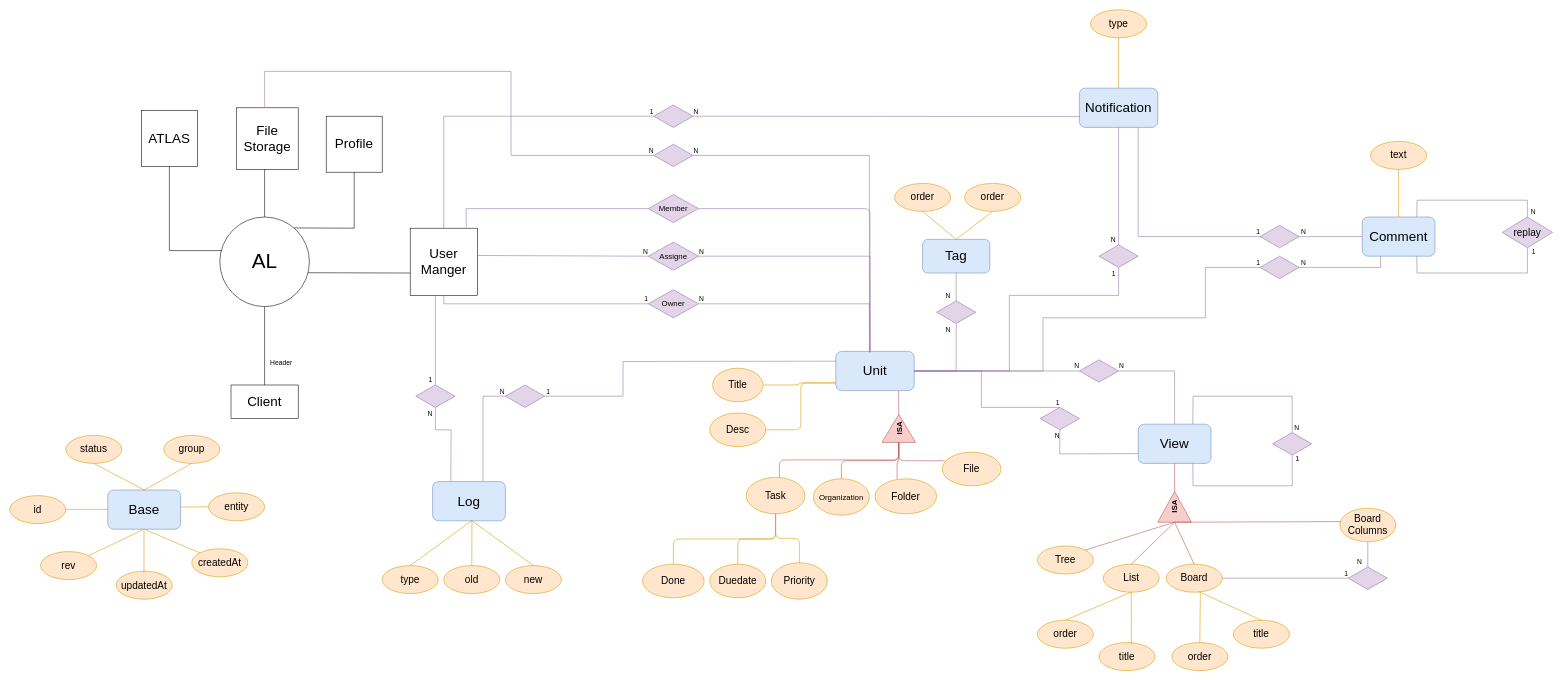
Above: Untitled Diagram.drawio in Straider71/test (draw.io), before the change. Source tidied: cells renumbered, new cells numbered last; positions are measured from the earlier drawing's top-left corner, leaving out a move shared by most shapes. Both pictures are drawn from the tidied source at 56%, with x=0, y=0 at pixel (10, 10).
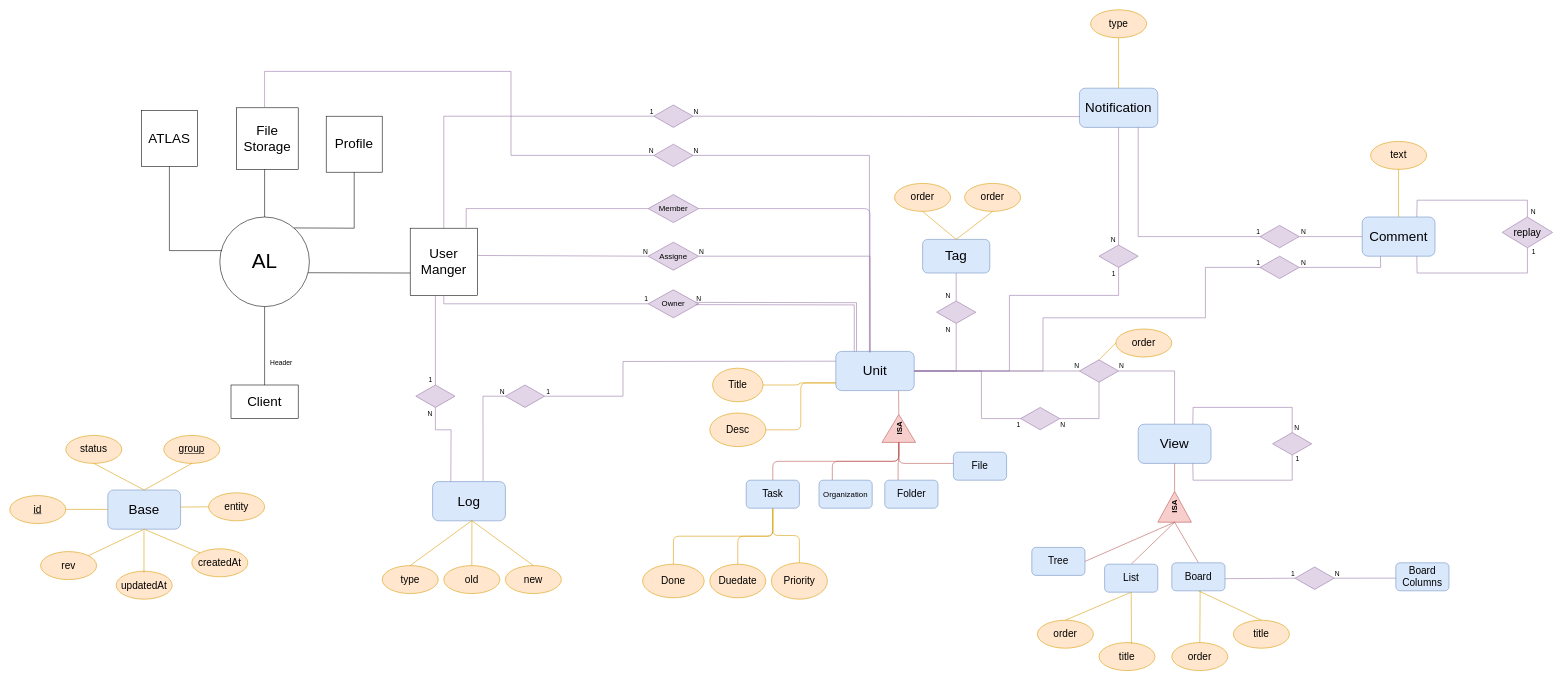
Above is the later version.

Unchanged cells that the change refers to:
```xml
<mxCell id="16" value="&lt;font style=&quot;font-size: 24px&quot;&gt;Unit&lt;/font&gt;" style="rounded=1;whiteSpace=wrap;html=1;fillColor=#dae8fc;strokeColor=#6c8ebf;" parent="1" vertex="1">
  <mxGeometry x="1475" y="610" width="140" height="70" as="geometry" />
</mxCell>
<mxCell id="17" value="&lt;font style=&quot;font-size: 14px&quot;&gt;&lt;b&gt;ISA&lt;/b&gt;&lt;/font&gt;" style="triangle;whiteSpace=wrap;html=1;rotation=-90;fillColor=#f8cecc;strokeColor=#b85450;" parent="1" vertex="1">
  <mxGeometry x="1562.5" y="717.5" width="50" height="60" as="geometry" />
</mxCell>
<mxCell id="37" value="&lt;font style=&quot;font-size: 14px&quot;&gt;Owner&lt;/font&gt;" style="rhombus;whiteSpace=wrap;html=1;fillColor=#e1d5e7;strokeColor=#9673a6;" parent="1" vertex="1">
  <mxGeometry x="1140" y="500" width="90" height="50" as="geometry" />
</mxCell>
<mxCell id="60" value="&lt;font style=&quot;font-size: 24px&quot;&gt;View&lt;/font&gt;" style="rounded=1;whiteSpace=wrap;html=1;fillColor=#dae8fc;strokeColor=#6c8ebf;" parent="1" vertex="1">
  <mxGeometry x="2015" y="740" width="130" height="70" as="geometry" />
</mxCell>
<mxCell id="61" value="&lt;font style=&quot;font-size: 14px&quot;&gt;&lt;b&gt;ISA&lt;/b&gt;&lt;/font&gt;" style="triangle;whiteSpace=wrap;html=1;rotation=-90;fillColor=#f8cecc;strokeColor=#b85450;" parent="1" vertex="1">
  <mxGeometry x="2052.5" y="857.5" width="55" height="60" as="geometry" />
</mxCell>
<mxCell id="66" value="&lt;font style=&quot;font-size: 18px&quot;&gt;title&lt;/font&gt;" style="ellipse;whiteSpace=wrap;html=1;align=center;fillColor=#ffe6cc;strokeColor=#d79b00;" parent="1" vertex="1">
  <mxGeometry x="2185" y="1090" width="100" height="50" as="geometry" />
</mxCell>
<mxCell id="67" value="&lt;font style=&quot;font-size: 18px&quot;&gt;order&lt;/font&gt;" style="ellipse;whiteSpace=wrap;html=1;align=center;fillColor=#ffe6cc;strokeColor=#d79b00;" parent="1" vertex="1">
  <mxGeometry x="2075" y="1130" width="100" height="50" as="geometry" />
</mxCell>
<mxCell id="68" value="&lt;font style=&quot;font-size: 18px&quot;&gt;title&lt;/font&gt;" style="ellipse;whiteSpace=wrap;html=1;align=center;fillColor=#ffe6cc;strokeColor=#d79b00;" parent="1" vertex="1">
  <mxGeometry x="1945" y="1130" width="100" height="50" as="geometry" />
</mxCell>
<mxCell id="79" style="rhombus;whiteSpace=wrap;html=1;fillColor=#e1d5e7;strokeColor=#9673a6;" parent="1" vertex="1">
  <mxGeometry x="1910" y="625" width="70" height="40" as="geometry" />
</mxCell>
<mxCell id="152" style="rhombus;whiteSpace=wrap;html=1;fillColor=#e1d5e7;strokeColor=#9673a6;" parent="1" vertex="1">
  <mxGeometry x="2255" y="755" width="70" height="40" as="geometry" />
</mxCell>
```

Change to the diagram source:
```diff
@@
-    <mxCell id="19" value="&lt;font style=&quot;font-size: 18px&quot;&gt;Folder&lt;/font&gt;" style="ellipse;whiteSpace=wrap;html=1;fillColor=#ffe6cc;strokeColor=#d79b00;" parent="1" vertex="1">
-      <mxGeometry x="1545" y="837.5" width="110" height="62.5" as="geometry" />
-    </mxCell>
-    <mxCell id="20" value="&lt;font style=&quot;font-size: 14px&quot;&gt;Organization&lt;/font&gt;" style="ellipse;whiteSpace=wrap;html=1;fillColor=#ffe6cc;strokeColor=#d79b00;" parent="1" vertex="1">
-      <mxGeometry x="1435" y="837.5" width="100" height="65" as="geometry" />
-    </mxCell>
-    <mxCell id="21" value="&lt;font style=&quot;font-size: 18px&quot;&gt;Task&lt;/font&gt;" style="ellipse;whiteSpace=wrap;html=1;fillColor=#ffe6cc;strokeColor=#d79b00;" parent="1" vertex="1">
-      <mxGeometry x="1315" y="835" width="105" height="65" as="geometry" />
-    </mxCell>
@@
-    <mxCell id="27" style="endArrow=none;html=1;fontFamily=Helvetica;fontSize=11;fontColor=#000000;align=center;strokeColor=#b85450;edgeStyle=orthogonalEdgeStyle;exitX=0.045;exitY=0.254;exitDx=0;exitDy=0;exitPerimeter=0;entryX=0;entryY=0.5;entryDx=0;entryDy=0;fillColor=#f8cecc;" parent="1" edge="1" source="28" target="17">
-      <mxGeometry relative="1" as="geometry" />
+    <mxCell id="27" style="endArrow=none;html=1;fontFamily=Helvetica;fontSize=11;fontColor=#000000;align=center;strokeColor=#b85450;edgeStyle=orthogonalEdgeStyle;exitX=0;exitY=0.5;exitDx=0;exitDy=0;entryX=0;entryY=0.5;entryDx=0;entryDy=0;fillColor=#f8cecc;" parent="1" edge="1" source="28" target="17">
+      <mxGeometry relative="1" as="geometry">
+        <Array as="points">
+          <mxPoint x="1695" y="810" />
+          <mxPoint x="1588" y="810" />
+        </Array>
+      </mxGeometry>
     </mxCell>
-    <mxCell id="28" value="&lt;font style=&quot;font-size: 18px&quot;&gt;File&lt;/font&gt;" style="ellipse;whiteSpace=wrap;html=1;fillColor=#ffe6cc;strokeColor=#d79b00;" parent="1" vertex="1">
-      <mxGeometry x="1665" y="790" width="105" height="60" as="geometry" />
-    </mxCell>
-    <mxCell id="29" style="endArrow=none;html=1;fontFamily=Helvetica;fontSize=11;fontColor=#000000;align=center;strokeColor=#b85450;edgeStyle=orthogonalEdgeStyle;exitX=0.358;exitY=0.005;exitDx=0;exitDy=0;exitPerimeter=0;entryX=0;entryY=0.5;entryDx=0;entryDy=0;fillColor=#f8cecc;" parent="1" edge="1" source="19" target="17">
+    <mxCell id="29" style="endArrow=none;html=1;fontFamily=Helvetica;fontSize=11;fontColor=#000000;align=center;strokeColor=#b85450;edgeStyle=orthogonalEdgeStyle;exitX=0.25;exitY=0;exitDx=0;exitDy=0;entryX=0;entryY=0.5;entryDx=0;entryDy=0;fillColor=#f8cecc;" parent="1" edge="1" source="19" target="17">
       <mxGeometry relative="1" as="geometry" />
     </mxCell>
-    <mxCell id="30" style="endArrow=none;html=1;fontFamily=Helvetica;fontSize=11;fontColor=#000000;align=center;strokeColor=#b85450;edgeStyle=orthogonalEdgeStyle;exitX=0.5;exitY=0;exitDx=0;exitDy=0;entryX=0;entryY=0.5;entryDx=0;entryDy=0;fillColor=#f8cecc;" parent="1" edge="1" source="20" target="17">
+    <mxCell id="30" style="endArrow=none;html=1;fontFamily=Helvetica;fontSize=11;fontColor=#000000;align=center;strokeColor=#b85450;edgeStyle=orthogonalEdgeStyle;exitX=0.25;exitY=0;exitDx=0;exitDy=0;entryX=0;entryY=0.5;entryDx=0;entryDy=0;fillColor=#f8cecc;" parent="1" edge="1" source="20" target="17">
       <mxGeometry relative="1" as="geometry" />
     </mxCell>
-    <mxCell id="31" style="endArrow=none;html=1;fontFamily=Helvetica;fontSize=11;fontColor=#000000;align=center;strokeColor=#b85450;edgeStyle=orthogonalEdgeStyle;exitX=0.565;exitY=-0.004;exitDx=0;exitDy=0;exitPerimeter=0;entryX=0;entryY=0.5;entryDx=0;entryDy=0;fillColor=#f8cecc;" parent="1" edge="1" source="21" target="17">
+    <mxCell id="31" style="endArrow=none;html=1;fontFamily=Helvetica;fontSize=11;fontColor=#000000;align=center;strokeColor=#b85450;edgeStyle=orthogonalEdgeStyle;exitX=0.5;exitY=0;exitDx=0;exitDy=0;entryX=0;entryY=0.5;entryDx=0;entryDy=0;fillColor=#f8cecc;" parent="1" edge="1" source="21" target="17">
       <mxGeometry relative="1" as="geometry" />
     </mxCell>
@@
-    <mxCell id="38" style="endArrow=none;html=1;rounded=0;exitX=0.436;exitY=0.014;exitDx=0;exitDy=0;exitPerimeter=0;entryX=1;entryY=0.5;entryDx=0;entryDy=0;fillColor=#e1d5e7;strokeColor=#9673a6;" parent="1" edge="1" source="16" target="37">
-      <mxGeometry relative="1" as="geometry">
-        <Array as="points">
-          <mxPoint x="1535" y="525" />
-        </Array>
-      </mxGeometry>
-    </mxCell>
-    <mxCell id="39" value="N" style="html=1;align=right;verticalAlign=bottom;" parent="38" vertex="1">
-      <mxGeometry x="1" relative="1" as="geometry">
-        <mxPoint x="10" as="offset" />
-      </mxGeometry>
-    </mxCell>
@@
-    <mxCell id="62" value="&lt;font style=&quot;font-size: 18px&quot;&gt;Board&lt;/font&gt;" style="ellipse;whiteSpace=wrap;html=1;align=center;fillColor=#ffe6cc;strokeColor=#d79b00;" parent="1" vertex="1">
-      <mxGeometry x="2065" y="990" width="100" height="50" as="geometry" />
-    </mxCell>
-    <mxCell id="63" value="&lt;font style=&quot;font-size: 18px&quot;&gt;Board Columns&lt;br&gt;&lt;/font&gt;" style="ellipse;whiteSpace=wrap;html=1;align=center;fillColor=#ffe6cc;strokeColor=#d79b00;" parent="1" vertex="1">
-      <mxGeometry x="2375" y="890" width="100" height="60" as="geometry" />
-    </mxCell>
-    <mxCell id="64" value="&lt;font style=&quot;font-size: 18px&quot;&gt;List&lt;/font&gt;" style="ellipse;whiteSpace=wrap;html=1;align=center;fillColor=#ffe6cc;strokeColor=#d79b00;" parent="1" vertex="1">
-      <mxGeometry x="1952.5" y="990" width="100" height="50" as="geometry" />
-    </mxCell>
-    <mxCell id="65" value="&lt;font style=&quot;font-size: 18px&quot;&gt;Tree&lt;/font&gt;" style="ellipse;whiteSpace=wrap;html=1;align=center;fillColor=#ffe6cc;strokeColor=#d79b00;" parent="1" vertex="1">
-      <mxGeometry x="1835" y="957.5" width="100" height="50" as="geometry" />
-    </mxCell>
@@
-    <mxCell id="71" style="endArrow=none;html=1;entryX=0;entryY=0.5;entryDx=0;entryDy=0;exitX=1;exitY=0;exitDx=0;exitDy=0;fillColor=#f8cecc;strokeColor=#b85450;" parent="1" edge="1" source="65" target="61">
+    <mxCell id="71" style="endArrow=none;html=1;entryX=0;entryY=0.5;entryDx=0;entryDy=0;exitX=1;exitY=0.5;exitDx=0;exitDy=0;fillColor=#f8cecc;strokeColor=#b85450;" parent="1" edge="1" source="65" target="61">
       <mxGeometry relative="1" as="geometry" />
     </mxCell>
-    <mxCell id="72" style="endArrow=none;html=1;entryX=0;entryY=0.5;entryDx=0;entryDy=0;exitX=0.5;exitY=0;exitDx=0;exitDy=0;fillColor=#f8cecc;strokeColor=#b85450;" parent="1" edge="1" source="64" target="61">
-      <mxGeometry relative="1" as="geometry" />
+    <mxCell id="72" style="endArrow=none;html=1;entryX=0;entryY=0.5;entryDx=0;entryDy=0;exitX=0.5;exitY=0;exitDx=0;exitDy=0;fillColor=#f8cecc;strokeColor=#b85450;" parent="1" edge="1" target="61">
+      <mxGeometry relative="1" as="geometry">
+        <mxPoint x="2002.5" y="990" as="sourcePoint" />
+      </mxGeometry>
     </mxCell>
@@
-    <mxCell id="74" style="endArrow=none;html=1;entryX=0.5;entryY=1;entryDx=0;entryDy=0;exitX=0.58;exitY=0.04;exitDx=0;exitDy=0;exitPerimeter=0;fillColor=#ffe6cc;strokeColor=#d79b00;" parent="1" edge="1" source="68" target="64">
+    <mxCell id="74" style="endArrow=none;html=1;entryX=0.5;entryY=1;entryDx=0;entryDy=0;exitX=0.58;exitY=0.04;exitDx=0;exitDy=0;exitPerimeter=0;fillColor=#ffe6cc;strokeColor=#d79b00;entryPerimeter=0;" parent="1" edge="1" source="68" target="64">
       <mxGeometry relative="1" as="geometry" />
     </mxCell>
-    <mxCell id="75" style="endArrow=none;html=1;entryX=0;entryY=0.5;entryDx=0;entryDy=0;exitX=0.02;exitY=0.4;exitDx=0;exitDy=0;fillColor=#f8cecc;strokeColor=#b85450;exitPerimeter=0;" parent="1" edge="1" source="63" target="61">
-      <mxGeometry relative="1" as="geometry" />
-    </mxCell>
@@
-    <mxCell id="77" style="endArrow=none;html=1;entryX=0.61;entryY=1.04;entryDx=0;entryDy=0;exitX=0.5;exitY=0;exitDx=0;exitDy=0;entryPerimeter=0;fillColor=#ffe6cc;strokeColor=#d79b00;" parent="1" edge="1" source="67" target="62">
+    <mxCell id="77" style="endArrow=none;html=1;entryX=0.533;entryY=0.977;entryDx=0;entryDy=0;exitX=0.5;exitY=0;exitDx=0;exitDy=0;entryPerimeter=0;fillColor=#ffe6cc;strokeColor=#d79b00;" parent="1" edge="1" source="67" target="62">
       <mxGeometry relative="1" as="geometry" />
     </mxCell>
-    <mxCell id="78" style="endArrow=none;html=1;entryX=0.58;entryY=0.98;entryDx=0;entryDy=0;entryPerimeter=0;exitX=0.5;exitY=0;exitDx=0;exitDy=0;fillColor=#ffe6cc;strokeColor=#d79b00;" parent="1" edge="1" source="66" target="62">
+    <mxCell id="78" style="endArrow=none;html=1;entryX=0.5;entryY=1;entryDx=0;entryDy=0;exitX=0.5;exitY=0;exitDx=0;exitDy=0;fillColor=#ffe6cc;strokeColor=#d79b00;" parent="1" edge="1" source="66" target="62">
       <mxGeometry relative="1" as="geometry" />
     </mxCell>
@@
-    <mxCell id="141" value="&lt;font style=&quot;font-size: 18px&quot;&gt;id&lt;/font&gt;" style="ellipse;whiteSpace=wrap;html=1;align=center;fillColor=#ffe6cc;strokeColor=#d79b00;" parent="1" vertex="1">
+    <mxCell id="141" value="&lt;u&gt;&lt;font style=&quot;font-size: 18px&quot;&gt;id&lt;/font&gt;&lt;/u&gt;" style="ellipse;whiteSpace=wrap;html=1;align=center;fillColor=#ffe6cc;strokeColor=#d79b00;" parent="1" vertex="1">
       <mxGeometry y="867.5" width="100" height="50" as="geometry" />
     </mxCell>
@@
-    <mxCell id="143" value="&lt;font style=&quot;font-size: 18px&quot;&gt;group&lt;/font&gt;" style="ellipse;whiteSpace=wrap;html=1;align=center;fillColor=#ffe6cc;strokeColor=#d79b00;" parent="1" vertex="1">
+    <mxCell id="143" value="&lt;u&gt;&lt;font style=&quot;font-size: 18px&quot;&gt;group&lt;/font&gt;&lt;/u&gt;" style="ellipse;whiteSpace=wrap;html=1;align=center;fillColor=#ffe6cc;strokeColor=#d79b00;" parent="1" vertex="1">
       <mxGeometry x="275" y="760" width="100" height="50" as="geometry" />
     </mxCell>
@@
     <mxCell id="153" style="endArrow=none;html=1;rounded=0;exitX=0.75;exitY=0;exitDx=0;exitDy=0;entryX=0.5;entryY=0;entryDx=0;entryDy=0;fillColor=#e1d5e7;strokeColor=#9673a6;" parent="1" edge="1" source="60" target="152">
       <mxGeometry relative="1" as="geometry">
         <Array as="points">
-          <mxPoint x="2113" y="690" />
-          <mxPoint x="2290" y="690" />
+          <mxPoint x="2113" y="710" />
+          <mxPoint x="2290" y="710" />
         </Array>
       </mxGeometry>
     </mxCell>
@@
     <mxCell id="155" style="endArrow=none;html=1;rounded=0;entryX=0.5;entryY=1;entryDx=0;entryDy=0;exitX=0.75;exitY=1;exitDx=0;exitDy=0;fillColor=#e1d5e7;strokeColor=#9673a6;" parent="1" edge="1" source="60" target="152">
       <mxGeometry relative="1" as="geometry">
         <Array as="points">
-          <mxPoint x="2113" y="850" />
-          <mxPoint x="2290" y="850" />
+          <mxPoint x="2113" y="840" />
+          <mxPoint x="2290" y="840" />
         </Array>
       </mxGeometry>
     </mxCell>
@@
     <mxCell id="157" style="rhombus;whiteSpace=wrap;html=1;fillColor=#e1d5e7;strokeColor=#9673a6;" parent="1" vertex="1">
-      <mxGeometry x="2390" y="995" width="70" height="40" as="geometry" />
+      <mxGeometry x="2295" y="995" width="70" height="40" as="geometry" />
     </mxCell>
-    <mxCell id="158" style="endArrow=none;html=1;rounded=0;entryX=0.5;entryY=0;entryDx=0;entryDy=0;exitX=0.5;exitY=1;exitDx=0;exitDy=0;fillColor=#e1d5e7;strokeColor=#9673a6;" parent="1" edge="1" source="63" target="157">
+    <mxCell id="158" style="endArrow=none;html=1;rounded=0;entryX=1;entryY=0.5;entryDx=0;entryDy=0;exitX=0.006;exitY=0.548;exitDx=0;exitDy=0;fillColor=#e1d5e7;strokeColor=#9673a6;exitPerimeter=0;" parent="1" edge="1" source="63" target="157">
       <mxGeometry relative="1" as="geometry" />
     </mxCell>
     <mxCell id="159" value="N" style="html=1;align=right;verticalAlign=bottom;" parent="158" vertex="1">
       <mxGeometry x="1" relative="1" as="geometry">
-        <mxPoint x="-10" y="0.2" as="offset" />
+        <mxPoint x="10" as="offset" />
       </mxGeometry>
     </mxCell>
-    <mxCell id="160" style="endArrow=none;html=1;rounded=0;entryX=0;entryY=0.5;entryDx=0;entryDy=0;exitX=1;exitY=0.5;exitDx=0;exitDy=0;fillColor=#e1d5e7;strokeColor=#9673a6;" parent="1" edge="1" source="62" target="157">
+    <mxCell id="160" style="endArrow=none;html=1;rounded=0;entryX=0;entryY=0.5;entryDx=0;entryDy=0;exitX=0.999;exitY=0.567;exitDx=0;exitDy=0;fillColor=#e1d5e7;strokeColor=#9673a6;exitPerimeter=0;" parent="1" edge="1" source="62" target="157">
       <mxGeometry relative="1" as="geometry" />
     </mxCell>
@@
     <mxCell id="162" style="rhombus;whiteSpace=wrap;html=1;fillColor=#e1d5e7;strokeColor=#9673a6;" parent="1" vertex="1">
-      <mxGeometry x="1840" y="710" width="70" height="40" as="geometry" />
+      <mxGeometry x="1805" y="710" width="70" height="40" as="geometry" />
     </mxCell>
-    <mxCell id="163" style="endArrow=none;html=1;rounded=0;entryX=0.5;entryY=1;entryDx=0;entryDy=0;fillColor=#e1d5e7;strokeColor=#9673a6;exitX=0;exitY=0.75;exitDx=0;exitDy=0;" parent="1" edge="1" source="60" target="162">
+    <mxCell id="163" style="endArrow=none;html=1;rounded=0;entryX=1;entryY=0.5;entryDx=0;entryDy=0;fillColor=#e1d5e7;strokeColor=#9673a6;exitX=0.5;exitY=1;exitDx=0;exitDy=0;" parent="1" edge="1" source="79" target="162">
       <mxGeometry relative="1" as="geometry">
         <Array as="points">
-          <mxPoint x="1875" y="793" />
+          <mxPoint x="1945" y="730" />
         </Array>
       </mxGeometry>
     </mxCell>
     <mxCell id="164" value="N" style="html=1;align=right;verticalAlign=bottom;" parent="163" vertex="1">
       <mxGeometry x="1" relative="1" as="geometry">
-        <mxPoint y="19.9" as="offset" />
+        <mxPoint x="10" y="20" as="offset" />
       </mxGeometry>
     </mxCell>
-    <mxCell id="165" style="endArrow=none;html=1;rounded=0;entryX=0.5;entryY=0;entryDx=0;entryDy=0;exitX=1;exitY=0.5;exitDx=0;exitDy=0;fillColor=#e1d5e7;strokeColor=#9673a6;" parent="1" edge="1" source="16" target="162">
+    <mxCell id="165" style="endArrow=none;html=1;rounded=0;entryX=0;entryY=0.5;entryDx=0;entryDy=0;exitX=1;exitY=0.5;exitDx=0;exitDy=0;fillColor=#e1d5e7;strokeColor=#9673a6;" parent="1" edge="1" source="16" target="162">
       <mxGeometry relative="1" as="geometry">
         <Array as="points">
           <mxPoint x="1735" y="645" />
-          <mxPoint x="1735" y="710" />
+          <mxPoint x="1735" y="730" />
         </Array>
       </mxGeometry>
     </mxCell>
     <mxCell id="166" value="1" style="html=1;align=right;verticalAlign=bottom;" parent="165" vertex="1">
-      <mxGeometry x="1" relative="1" as="geometry" />
+      <mxGeometry x="1" relative="1" as="geometry">
+        <mxPoint y="20" as="offset" />
+      </mxGeometry>
     </mxCell>
+    <mxCell id="167" value="&lt;font style=&quot;font-size: 18px&quot;&gt;order&lt;/font&gt;" style="ellipse;whiteSpace=wrap;html=1;align=center;fillColor=#ffe6cc;strokeColor=#d79b00;" parent="1" vertex="1">
+      <mxGeometry x="1975" y="570" width="100" height="50" as="geometry" />
+    </mxCell>
+    <mxCell id="168" style="endArrow=none;html=1;entryX=0;entryY=0.5;entryDx=0;entryDy=0;exitX=0.5;exitY=0;exitDx=0;exitDy=0;fillColor=#ffe6cc;strokeColor=#d79b00;" parent="1" edge="1" source="79" target="167">
+      <mxGeometry relative="1" as="geometry" />
+    </mxCell>
+    <mxCell id="38" style="shape=link;html=1;rounded=0;entryX=0.94;entryY=0.489;entryDx=0;entryDy=0;exitX=0.25;exitY=0;exitDx=0;exitDy=0;fillColor=#e1d5e7;strokeColor=#9673a6;entryPerimeter=0;" parent="1" edge="1" source="16" target="37">
+      <mxGeometry relative="1" as="geometry">
+        <Array as="points">
+          <mxPoint x="1510" y="525" />
+        </Array>
+      </mxGeometry>
+    </mxCell>
+    <mxCell id="39" value="N" style="html=1;align=right;verticalAlign=bottom;" parent="38" vertex="1">
+      <mxGeometry x="1" relative="1" as="geometry">
+        <mxPoint x="10.1" as="offset" />
+      </mxGeometry>
+    </mxCell>
+    <mxCell id="65" value="&lt;font style=&quot;font-size: 18px&quot;&gt;Tree&lt;/font&gt;" style="rounded=1;whiteSpace=wrap;html=1;fillColor=#dae8fc;strokeColor=#6c8ebf;" parent="1" vertex="1">
+      <mxGeometry x="1825" y="960" width="95" height="50" as="geometry" />
+    </mxCell>
+    <mxCell id="19" value="&lt;font style=&quot;font-size: 18px&quot;&gt;Folder&lt;/font&gt;" style="rounded=1;whiteSpace=wrap;html=1;fillColor=#dae8fc;strokeColor=#6c8ebf;" parent="1" vertex="1">
+      <mxGeometry x="1562.5" y="840" width="95" height="50" as="geometry" />
+    </mxCell>
+    <mxCell id="20" value="&lt;font style=&quot;font-size: 14px&quot;&gt;Organization&lt;/font&gt;" style="rounded=1;whiteSpace=wrap;html=1;fillColor=#dae8fc;strokeColor=#6c8ebf;" parent="1" vertex="1">
+      <mxGeometry x="1445" y="840" width="95" height="50" as="geometry" />
+    </mxCell>
+    <mxCell id="21" value="&lt;font style=&quot;font-size: 18px&quot;&gt;Task&lt;/font&gt;" style="rounded=1;whiteSpace=wrap;html=1;fillColor=#dae8fc;strokeColor=#6c8ebf;" parent="1" vertex="1">
+      <mxGeometry x="1315" y="840" width="95" height="50" as="geometry" />
+    </mxCell>
+    <mxCell id="28" value="&lt;font style=&quot;font-size: 18px&quot;&gt;File&lt;/font&gt;" style="rounded=1;whiteSpace=wrap;html=1;fillColor=#dae8fc;strokeColor=#6c8ebf;" parent="1" vertex="1">
+      <mxGeometry x="1685" y="790" width="95" height="50" as="geometry" />
+    </mxCell>
+    <mxCell id="64" value="&lt;font style=&quot;font-size: 18px&quot;&gt;List&lt;/font&gt;" style="rounded=1;whiteSpace=wrap;html=1;fillColor=#dae8fc;strokeColor=#6c8ebf;" parent="1" vertex="1">
+      <mxGeometry x="1955" y="990" width="95" height="50" as="geometry" />
+    </mxCell>
+    <mxCell id="62" value="&lt;font style=&quot;font-size: 18px&quot;&gt;Board&lt;/font&gt;" style="rounded=1;whiteSpace=wrap;html=1;fillColor=#dae8fc;strokeColor=#6c8ebf;" parent="1" vertex="1">
+      <mxGeometry x="2075" y="987.5" width="95" height="50" as="geometry" />
+    </mxCell>
+    <mxCell id="63" value="&lt;font style=&quot;font-size: 18px&quot;&gt;Board Columns&lt;br&gt;&lt;/font&gt;" style="rounded=1;whiteSpace=wrap;html=1;fillColor=#dae8fc;strokeColor=#6c8ebf;" parent="1" vertex="1">
+      <mxGeometry x="2475" y="987.5" width="95" height="50" as="geometry" />
+    </mxCell>
```
